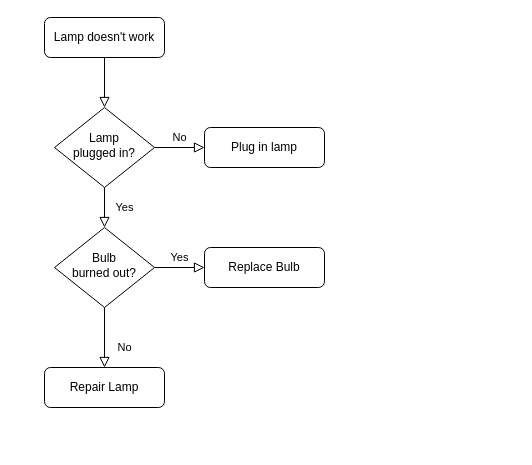
Above: per_guilia.drawio in homanmirgolbabaee/per-giulia (draw.io), before the change. Source tidied: cells renumbered, new cells numbered last; positions are measured from the earlier drawing's top-left corner, leaving out a move shared by most shapes. Both pictures are drawn from the tidied source at 100%, with x=0, y=0 at pixel (44, 17).
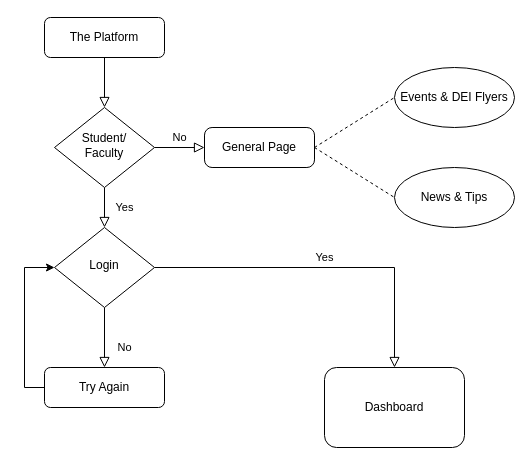
Above is the later version.

What changed in the source:
```diff
@@
 <mxGraphModel>
   <root>
     <mxCell id="0" />
     <mxCell id="1" parent="0" />
     <mxCell id="2" style="rounded=0;html=1;jettySize=auto;fontSize=11;endArrow=block;endFill=0;endSize=8;strokeWidth=1;shadow=0;labelBackgroundColor=none;edgeStyle=orthogonalEdgeStyle;" parent="1" edge="1" source="3" target="6">
       <mxGeometry relative="1" as="geometry" />
     </mxCell>
-    <mxCell id="3" value="Lamp doesn't work" style="rounded=1;whiteSpace=wrap;html=1;fontSize=12;glass=0;strokeWidth=1;shadow=0;" parent="1" vertex="1">
+    <mxCell id="3" value="The Platform" style="rounded=1;whiteSpace=wrap;html=1;fontSize=12;glass=0;strokeWidth=1;shadow=0;" parent="1" vertex="1">
       <mxGeometry width="120" height="40" as="geometry" />
     </mxCell>
     <mxCell id="4" value="Yes" style="rounded=0;html=1;jettySize=auto;fontSize=11;endArrow=block;endFill=0;endSize=8;strokeWidth=1;shadow=0;labelBackgroundColor=none;edgeStyle=orthogonalEdgeStyle;" parent="1" edge="1" source="6" target="10">
       <mxGeometry y="20" relative="1" as="geometry" />
     </mxCell>
     <mxCell id="5" value="No" style="edgeStyle=orthogonalEdgeStyle;rounded=0;html=1;jettySize=auto;fontSize=11;endArrow=block;endFill=0;endSize=8;strokeWidth=1;shadow=0;labelBackgroundColor=none;" parent="1" edge="1" source="6" target="7">
       <mxGeometry y="10" relative="1" as="geometry" />
     </mxCell>
-    <mxCell id="6" value="Lamp&lt;br&gt;plugged in?" style="rhombus;whiteSpace=wrap;html=1;shadow=0;fontFamily=Helvetica;fontSize=12;align=center;strokeWidth=1;spacing=6;spacingTop=-4;" parent="1" vertex="1">
+    <mxCell id="6" value="Student/&lt;br&gt;Faculty" style="rhombus;whiteSpace=wrap;html=1;shadow=0;fontFamily=Helvetica;fontSize=12;align=center;strokeWidth=1;spacing=6;spacingTop=-4;" parent="1" vertex="1">
       <mxGeometry x="10" y="90" width="100" height="80" as="geometry" />
     </mxCell>
-    <mxCell id="7" value="Plug in lamp" style="rounded=1;whiteSpace=wrap;html=1;fontSize=12;glass=0;strokeWidth=1;shadow=0;" parent="1" vertex="1">
-      <mxGeometry x="160" y="110" width="120" height="40" as="geometry" />
+    <mxCell id="7" value="General Page" style="rounded=1;whiteSpace=wrap;html=1;fontSize=12;glass=0;strokeWidth=1;shadow=0;arcSize=19;" parent="1" vertex="1">
+      <mxGeometry x="160" y="110" width="110" height="40" as="geometry" />
     </mxCell>
     <mxCell id="8" value="No" style="rounded=0;html=1;jettySize=auto;fontSize=11;endArrow=block;endFill=0;endSize=8;strokeWidth=1;shadow=0;labelBackgroundColor=none;edgeStyle=orthogonalEdgeStyle;" parent="1" edge="1" source="10" target="11">
       <mxGeometry x="0.33" y="20" relative="1" as="geometry" />
     </mxCell>
     <mxCell id="9" value="Yes" style="edgeStyle=orthogonalEdgeStyle;rounded=0;html=1;jettySize=auto;fontSize=11;endArrow=block;endFill=0;endSize=8;strokeWidth=1;shadow=0;labelBackgroundColor=none;" parent="1" edge="1" source="10" target="12">
       <mxGeometry y="10" relative="1" as="geometry" />
     </mxCell>
-    <mxCell id="10" value="Bulb&lt;br&gt;burned out?" style="rhombus;whiteSpace=wrap;html=1;shadow=0;fontFamily=Helvetica;fontSize=12;align=center;strokeWidth=1;spacing=6;spacingTop=-4;" parent="1" vertex="1">
+    <mxCell id="10" value="Login" style="rhombus;whiteSpace=wrap;html=1;shadow=0;fontFamily=Helvetica;fontSize=12;align=center;strokeWidth=1;spacing=6;spacingTop=-4;" parent="1" vertex="1">
       <mxGeometry x="10" y="210" width="100" height="80" as="geometry" />
     </mxCell>
+    <mxCell id="13" style="edgeStyle=orthogonalEdgeStyle;rounded=0;jettySize=auto;html=1;entryX=0;entryY=0.5;entryDx=0;entryDy=0;" parent="1" edge="1" source="11" target="10">
+      <mxGeometry relative="1" as="geometry">
+        <Array as="points">
+          <mxPoint x="-20" y="370" />
+          <mxPoint x="-20" y="250" />
+        </Array>
+      </mxGeometry>
+    </mxCell>
-    <mxCell id="11" value="Repair Lamp" style="rounded=1;whiteSpace=wrap;html=1;fontSize=12;glass=0;strokeWidth=1;shadow=0;" parent="1" vertex="1">
+    <mxCell id="11" value="Try Again" style="rounded=1;whiteSpace=wrap;html=1;fontSize=12;glass=0;strokeWidth=1;shadow=0;" parent="1" vertex="1">
       <mxGeometry y="350" width="120" height="40" as="geometry" />
     </mxCell>
-    <mxCell id="12" value="Replace Bulb" style="rounded=1;whiteSpace=wrap;html=1;fontSize=12;glass=0;strokeWidth=1;shadow=0;" parent="1" vertex="1">
-      <mxGeometry x="160" y="230" width="120" height="40" as="geometry" />
+    <mxCell id="12" value="Dashboard" style="rounded=1;whiteSpace=wrap;html=1;fontSize=12;glass=0;strokeWidth=1;shadow=0;" parent="1" vertex="1">
+      <mxGeometry x="280" y="350" width="140" height="80" as="geometry" />
     </mxCell>
+    <mxCell id="14" value="Events &amp;amp; DEI Flyers" style="ellipse;whiteSpace=wrap;html=1;" parent="1" vertex="1">
+      <mxGeometry x="350" y="50" width="120" height="60" as="geometry" />
+    </mxCell>
+    <mxCell id="15" style="endArrow=none;dashed=1;html=1;rounded=0;entryX=0;entryY=0.5;entryDx=0;entryDy=0;exitX=1;exitY=0.5;exitDx=0;exitDy=0;" parent="1" edge="1" source="7" target="14">
+      <mxGeometry relative="1" as="geometry" />
+    </mxCell>
+    <mxCell id="16" value="News &amp;amp; Tips" style="ellipse;whiteSpace=wrap;html=1;" parent="1" vertex="1">
+      <mxGeometry x="350" y="150" width="120" height="60" as="geometry" />
+    </mxCell>
+    <mxCell id="17" style="endArrow=none;dashed=1;html=1;rounded=0;entryX=0;entryY=0.5;entryDx=0;entryDy=0;exitX=1;exitY=0.5;exitDx=0;exitDy=0;" parent="1" edge="1" source="7" target="16">
+      <mxGeometry relative="1" as="geometry" />
+    </mxCell>
   </root>
 </mxGraphModel>
```
